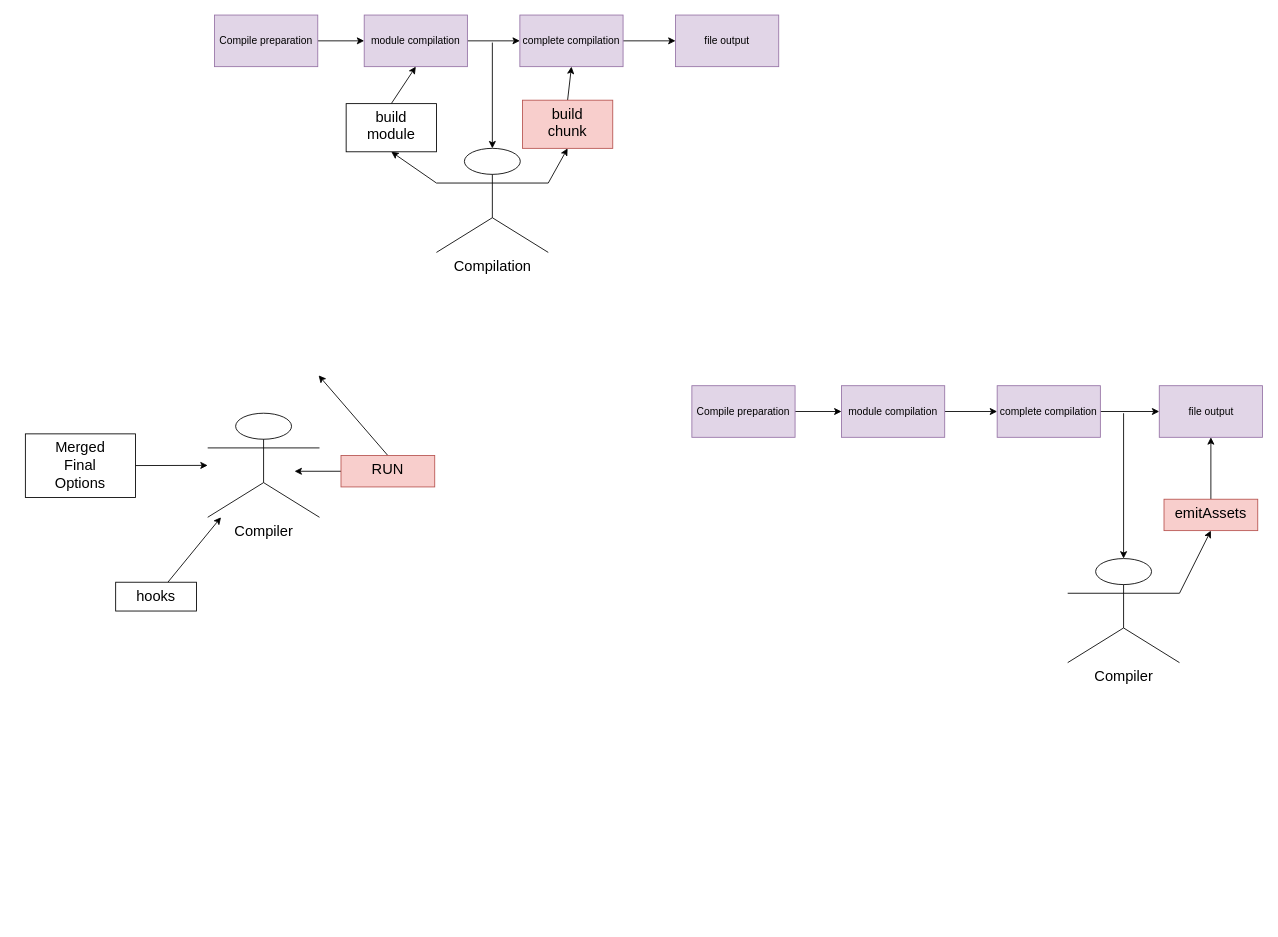
The draw.io diagram page "compiler" (4 of 4) of workflow.drawio in HugoJuntaoChen/webpack5, before the edit. Source tidied: cells renumbered, new cells numbered last; positions are measured from the earlier drawing's top-left corner, leaving out a move shared by most shapes. Both pictures are drawn from the tidied source at 86%, with x=0, y=0 at pixel (25, 15).
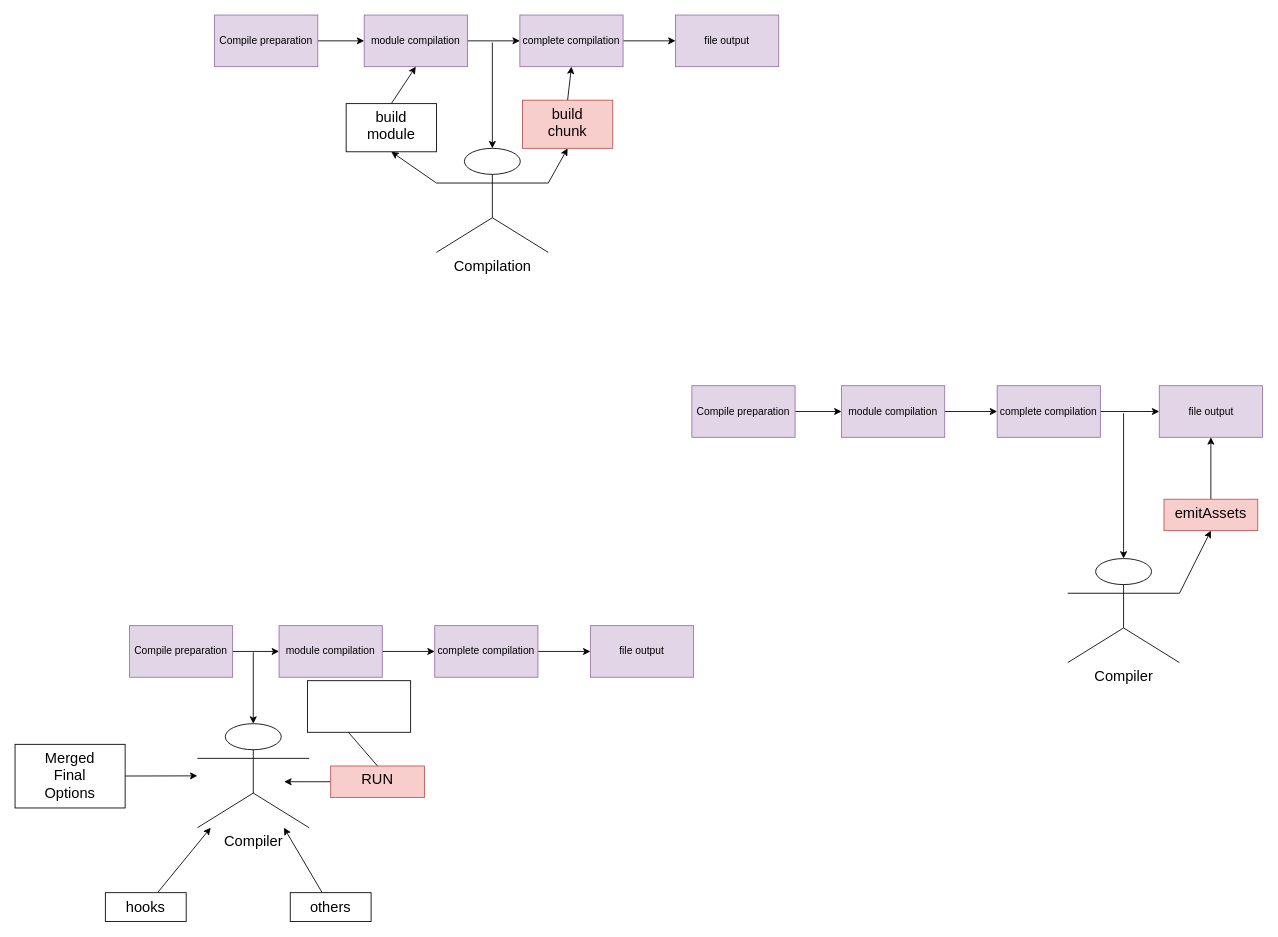
After the change.

Commit message (it also covers changes not shown here):
complete workflow process image

The edit, as a diff of the source:
```diff
@@
     <mxCell id="4" style="edgeStyle=none;html=1;fontSize=17;startArrow=classic;startFill=1;endArrow=none;endFill=0;" parent="1" edge="1" target="16">
       <mxGeometry relative="1" as="geometry">
-        <mxPoint x="313" y="530.5" as="sourcePoint" />
+        <mxPoint x="301" y="891.5" as="sourcePoint" />
       </mxGeometry>
     </mxCell>
+    <mxCell id="37" style="edgeStyle=none;html=1;fontFamily=Helvetica;fontSize=17;fontColor=default;startArrow=classic;startFill=1;endArrow=none;endFill=0;" parent="1" edge="1" source="5" target="46">
+      <mxGeometry relative="1" as="geometry" />
+    </mxCell>
+    <mxCell id="38" style="edgeStyle=none;html=1;exitX=0.5;exitY=0;exitDx=0;exitDy=0;exitPerimeter=0;fontFamily=Helvetica;fontSize=17;fontColor=default;startArrow=classic;startFill=1;endArrow=none;endFill=0;" parent="1" edge="1" source="5">
+      <mxGeometry relative="1" as="geometry">
+        <mxPoint x="265" y="741" as="targetPoint" />
+      </mxGeometry>
+    </mxCell>
     <mxCell id="5" value="Compiler" style="shape=umlActor;verticalLabelPosition=bottom;verticalAlign=top;html=1;outlineConnect=0;fontSize=17;" parent="1" vertex="1">
-      <mxGeometry x="212" y="463" width="130" height="121" as="geometry" />
+      <mxGeometry x="200" y="824" width="130" height="121" as="geometry" />
     </mxCell>
     <mxCell id="6" value="hooks" style="whiteSpace=wrap;html=1;fontSize=17;verticalAlign=top;" parent="1" vertex="1">
-      <mxGeometry x="105" y="659.5" width="94" height="33.5" as="geometry" />
+      <mxGeometry x="93" y="1020.5" width="94" height="33.5" as="geometry" />
     </mxCell>
     <mxCell id="7" value="Merged&lt;br&gt;Final&lt;br&gt;Options" style="whiteSpace=wrap;html=1;fontSize=17;verticalAlign=top;" parent="1" vertex="1">
-      <mxGeometry y="487" width="128" height="74" as="geometry" />
+      <mxGeometry x="-12" y="848" width="128" height="74" as="geometry" />
     </mxCell>
@@
     <mxCell id="15" style="edgeStyle=none;html=1;exitX=0.5;exitY=0;exitDx=0;exitDy=0;fontSize=17;startArrow=none;startFill=0;endArrow=classic;endFill=1;" parent="1" edge="1" source="16">
       <mxGeometry relative="1" as="geometry">
-        <mxPoint x="341" y="419" as="targetPoint" />
+        <mxPoint x="329" y="780" as="targetPoint" />
       </mxGeometry>
     </mxCell>
     <mxCell id="16" value="RUN" style="whiteSpace=wrap;html=1;fontSize=17;verticalAlign=top;fillColor=#f8cecc;strokeColor=#b85450;" parent="1" vertex="1">
-      <mxGeometry x="367" y="512.2" width="109" height="36.5" as="geometry" />
+      <mxGeometry x="355" y="873.2" width="109" height="36.5" as="geometry" />
     </mxCell>
@@
+    <mxCell id="39" style="edgeStyle=none;html=1;" parent="1" edge="1" source="40" target="42">
+      <mxGeometry relative="1" as="geometry" />
+    </mxCell>
+    <mxCell id="40" value="Compile preparation" style="rounded=0;whiteSpace=wrap;html=1;fillColor=#e1d5e7;strokeColor=#9673a6;" parent="1" vertex="1">
+      <mxGeometry x="121" y="710" width="120" height="60" as="geometry" />
+    </mxCell>
+    <mxCell id="41" style="edgeStyle=none;html=1;" parent="1" edge="1" source="42" target="44">
+      <mxGeometry relative="1" as="geometry" />
+    </mxCell>
+    <mxCell id="42" value="module compilation" style="rounded=0;whiteSpace=wrap;html=1;fillColor=#e1d5e7;strokeColor=#9673a6;" parent="1" vertex="1">
+      <mxGeometry x="295" y="710" width="120" height="60" as="geometry" />
+    </mxCell>
+    <mxCell id="43" style="edgeStyle=none;html=1;" parent="1" edge="1" source="44" target="45">
+      <mxGeometry relative="1" as="geometry" />
+    </mxCell>
+    <mxCell id="44" value="complete compilation" style="rounded=0;whiteSpace=wrap;html=1;fillColor=#e1d5e7;strokeColor=#9673a6;" parent="1" vertex="1">
+      <mxGeometry x="476" y="710" width="120" height="60" as="geometry" />
+    </mxCell>
+    <mxCell id="45" value="file output" style="rounded=0;whiteSpace=wrap;html=1;fillColor=#e1d5e7;strokeColor=#9673a6;" parent="1" vertex="1">
+      <mxGeometry x="657" y="710" width="120" height="60" as="geometry" />
+    </mxCell>
+    <mxCell id="46" value="others" style="whiteSpace=wrap;html=1;fontSize=17;verticalAlign=top;" parent="1" vertex="1">
+      <mxGeometry x="308" y="1020.5" width="94" height="33.5" as="geometry" />
+    </mxCell>
+    <mxCell id="47" style="whiteSpace=wrap;html=1;fontFamily=Helvetica;fontSize=17;fontColor=default;strokeColor=default;fillColor=default;" parent="1" vertex="1">
+      <mxGeometry x="328" y="774" width="120" height="60" as="geometry" />
+    </mxCell>
```
